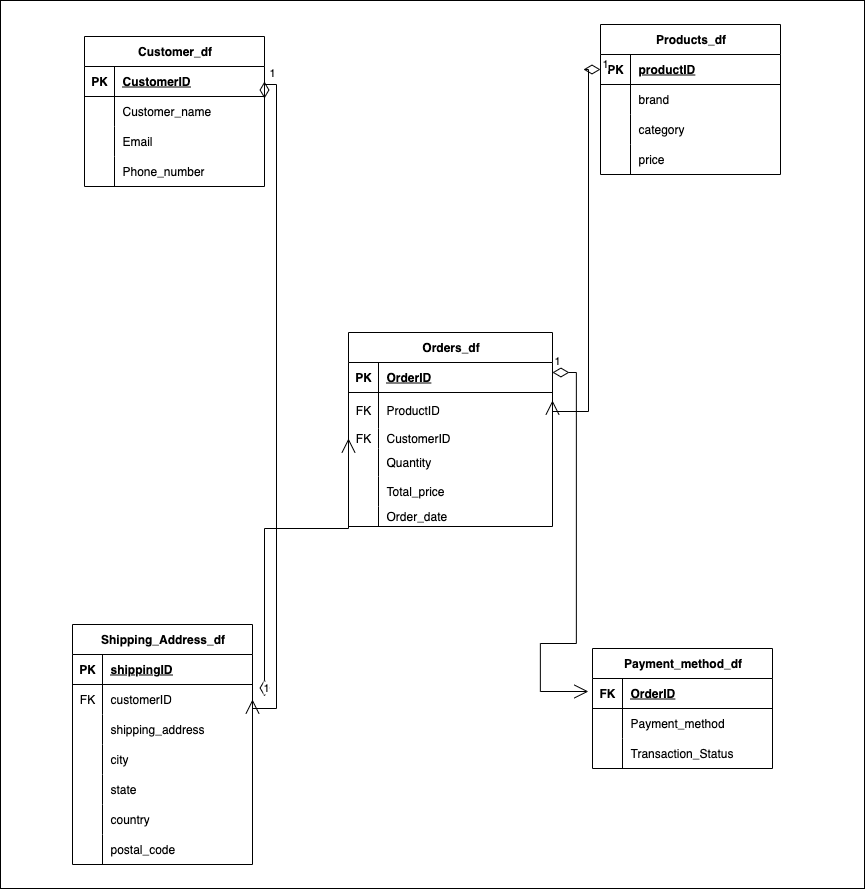
Earlier version of the draw.io export Yanki Data Model-Page-2.drawio.png (TaiwoBlacks/Yanki_Ecommerce_Case_study). Source tidied: cells renumbered, new cells last; positions are measured from the earlier drawing's top-left corner, leaving out a move shared by most shapes.
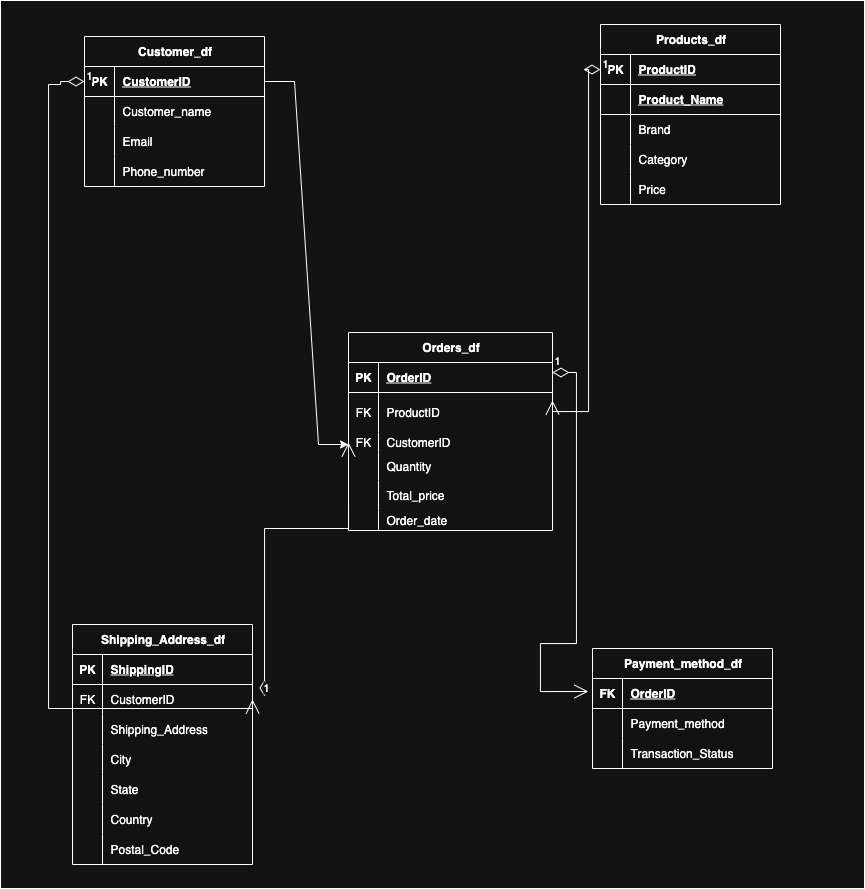
After the change.

The edit, as a diff of the source:
```diff
@@ -6,7 +6,7 @@
       <mxGeometry width="864" height="888" as="geometry" />
     </mxCell>
     <mxCell id="3" value="Products_df" style="shape=table;startSize=30;rowLines=0;fontStyle=1;align=center;html=1;" parent="1" vertex="1">
-      <mxGeometry x="600" y="24" width="180" height="150" as="geometry" />
+      <mxGeometry x="600" y="24" width="180" height="180" as="geometry" />
     </mxCell>
     <mxCell id="4" style="shape=tableRow;horizontal=0;startSize=0;swimlaneHead=0;swimlaneBody=0;fillColor=none;points=[[0,0.5],[1,0.5]];portConstraint=eastwest;top=0;left=0;right=0;bottom=1;" parent="3" vertex="1">
       <mxGeometry y="30" width="180" height="30" as="geometry" />
@@ -14,34 +14,43 @@
     <mxCell id="5" value="PK" style="shape=partialRectangle;fillColor=none;top=0;left=0;bottom=0;right=0;fontStyle=1;overflow=hidden;whiteSpace=wrap;html=1;" parent="4" vertex="1">
       <mxGeometry width="30" height="30" as="geometry" />
     </mxCell>
-    <mxCell id="6" value="productID" style="shape=partialRectangle;fillColor=none;top=0;left=0;bottom=0;right=0;align=left;spacingLeft=6;fontStyle=5;overflow=hidden;whiteSpace=wrap;html=1;" parent="4" vertex="1">
+    <mxCell id="6" value="ProductID" style="shape=partialRectangle;fillColor=none;top=0;left=0;bottom=0;right=0;align=left;spacingLeft=6;fontStyle=5;overflow=hidden;whiteSpace=wrap;html=1;" parent="4" vertex="1">
       <mxGeometry x="30" width="150" height="30" as="geometry" />
     </mxCell>
+    <mxCell id="84" style="shape=tableRow;horizontal=0;startSize=0;swimlaneHead=0;swimlaneBody=0;fillColor=none;top=0;left=0;right=0;bottom=1;" parent="3" vertex="1">
+      <mxGeometry y="60" width="180" height="30" as="geometry" />
+    </mxCell>
+    <mxCell id="85" style="shape=partialRectangle;fillColor=none;top=0;left=0;bottom=0;right=0;fontStyle=1;overflow=hidden;whiteSpace=wrap;html=1;" parent="84" vertex="1">
+      <mxGeometry width="30" height="30" as="geometry" />
+    </mxCell>
+    <mxCell id="86" value="Product_Name" style="shape=partialRectangle;fillColor=none;top=0;left=0;bottom=0;right=0;align=left;spacingLeft=6;fontStyle=5;overflow=hidden;whiteSpace=wrap;html=1;" parent="84" vertex="1">
+      <mxGeometry x="30" width="150" height="30" as="geometry" />
+    </mxCell>
     <mxCell id="7" style="shape=tableRow;horizontal=0;startSize=0;swimlaneHead=0;swimlaneBody=0;fillColor=none;top=0;left=0;right=0;bottom=0;" parent="3" vertex="1">
-      <mxGeometry y="60" width="180" height="30" as="geometry" />
+      <mxGeometry y="90" width="180" height="30" as="geometry" />
     </mxCell>
     <mxCell id="8" style="shape=partialRectangle;fillColor=none;top=0;left=0;bottom=0;right=0;overflow=hidden;whiteSpace=wrap;html=1;" parent="7" vertex="1">
       <mxGeometry width="30" height="30" as="geometry" />
     </mxCell>
-    <mxCell id="9" value="brand" style="shape=partialRectangle;fillColor=none;top=0;left=0;bottom=0;right=0;align=left;spacingLeft=6;overflow=hidden;whiteSpace=wrap;html=1;" parent="7" vertex="1">
+    <mxCell id="9" value="Brand" style="shape=partialRectangle;fillColor=none;top=0;left=0;bottom=0;right=0;align=left;spacingLeft=6;overflow=hidden;whiteSpace=wrap;html=1;" parent="7" vertex="1">
       <mxGeometry x="30" width="150" height="30" as="geometry" />
     </mxCell>
     <mxCell id="10" style="shape=tableRow;horizontal=0;startSize=0;swimlaneHead=0;swimlaneBody=0;fillColor=none;top=0;left=0;right=0;bottom=0;" parent="3" vertex="1">
-      <mxGeometry y="90" width="180" height="30" as="geometry" />
+      <mxGeometry y="120" width="180" height="30" as="geometry" />
     </mxCell>
     <mxCell id="11" style="shape=partialRectangle;fillColor=none;top=0;left=0;bottom=0;right=0;overflow=hidden;whiteSpace=wrap;html=1;" parent="10" vertex="1">
       <mxGeometry width="30" height="30" as="geometry" />
     </mxCell>
-    <mxCell id="12" value="category" style="shape=partialRectangle;fillColor=none;top=0;left=0;bottom=0;right=0;align=left;spacingLeft=6;overflow=hidden;whiteSpace=wrap;html=1;" parent="10" vertex="1">
+    <mxCell id="12" value="Category" style="shape=partialRectangle;fillColor=none;top=0;left=0;bottom=0;right=0;align=left;spacingLeft=6;overflow=hidden;whiteSpace=wrap;html=1;" parent="10" vertex="1">
       <mxGeometry x="30" width="150" height="30" as="geometry" />
     </mxCell>
     <mxCell id="13" style="shape=tableRow;horizontal=0;startSize=0;swimlaneHead=0;swimlaneBody=0;fillColor=none;top=0;left=0;right=0;bottom=0;" parent="3" vertex="1">
-      <mxGeometry y="120" width="180" height="30" as="geometry" />
+      <mxGeometry y="150" width="180" height="30" as="geometry" />
     </mxCell>
     <mxCell id="14" style="shape=partialRectangle;fillColor=none;top=0;left=0;bottom=0;right=0;overflow=hidden;whiteSpace=wrap;html=1;" parent="13" vertex="1">
       <mxGeometry width="30" height="30" as="geometry" />
     </mxCell>
-    <mxCell id="15" value="price" style="shape=partialRectangle;fillColor=none;top=0;left=0;bottom=0;right=0;align=left;spacingLeft=6;overflow=hidden;whiteSpace=wrap;html=1;" parent="13" vertex="1">
+    <mxCell id="15" value="Price" style="shape=partialRectangle;fillColor=none;top=0;left=0;bottom=0;right=0;align=left;spacingLeft=6;overflow=hidden;whiteSpace=wrap;html=1;" parent="13" vertex="1">
       <mxGeometry x="30" width="150" height="30" as="geometry" />
     </mxCell>
     <mxCell id="16" value="Customer_df" style="shape=table;startSize=30;rowLines=0;fontStyle=1;align=center;html=1;" parent="1" vertex="1">
@@ -92,7 +101,7 @@
     <mxCell id="31" value="PK" style="shape=partialRectangle;fillColor=none;top=0;left=0;bottom=0;right=0;fontStyle=1;overflow=hidden;whiteSpace=wrap;html=1;" parent="30" vertex="1">
       <mxGeometry width="30" height="30" as="geometry" />
     </mxCell>
-    <mxCell id="32" value="shippingID" style="shape=partialRectangle;fillColor=none;top=0;left=0;bottom=0;right=0;align=left;spacingLeft=6;fontStyle=5;overflow=hidden;whiteSpace=wrap;html=1;" parent="30" vertex="1">
+    <mxCell id="32" value="ShippingID" style="shape=partialRectangle;fillColor=none;top=0;left=0;bottom=0;right=0;align=left;spacingLeft=6;fontStyle=5;overflow=hidden;whiteSpace=wrap;html=1;" parent="30" vertex="1">
       <mxGeometry x="30" width="150" height="30" as="geometry" />
     </mxCell>
     <mxCell id="33" style="shape=tableRow;horizontal=0;startSize=0;swimlaneHead=0;swimlaneBody=0;fillColor=none;points=[[0,0.5],[1,0.5]];portConstraint=eastwest;top=0;left=0;right=0;bottom=0;" parent="29" vertex="1">
@@ -101,7 +110,7 @@
     <mxCell id="34" value="FK" style="shape=partialRectangle;fillColor=none;top=0;left=0;bottom=0;right=0;overflow=hidden;whiteSpace=wrap;html=1;" parent="33" vertex="1">
       <mxGeometry width="30" height="30" as="geometry" />
     </mxCell>
-    <mxCell id="35" value="customerID" style="shape=partialRectangle;fillColor=none;top=0;left=0;bottom=0;right=0;align=left;spacingLeft=6;overflow=hidden;whiteSpace=wrap;html=1;" parent="33" vertex="1">
+    <mxCell id="35" value="CustomerID" style="shape=partialRectangle;fillColor=none;top=0;left=0;bottom=0;right=0;align=left;spacingLeft=6;overflow=hidden;whiteSpace=wrap;html=1;" parent="33" vertex="1">
       <mxGeometry x="30" width="150" height="30" as="geometry" />
     </mxCell>
     <mxCell id="36" style="shape=tableRow;horizontal=0;startSize=0;swimlaneHead=0;swimlaneBody=0;fillColor=none;top=0;left=0;right=0;bottom=0;" parent="29" vertex="1">
@@ -110,7 +119,7 @@
     <mxCell id="37" style="shape=partialRectangle;fillColor=none;top=0;left=0;bottom=0;right=0;overflow=hidden;whiteSpace=wrap;html=1;" parent="36" vertex="1">
       <mxGeometry width="30" height="30" as="geometry" />
     </mxCell>
-    <mxCell id="38" value="shipping_address" style="shape=partialRectangle;fillColor=none;top=0;left=0;bottom=0;right=0;align=left;spacingLeft=6;overflow=hidden;whiteSpace=wrap;html=1;" parent="36" vertex="1">
+    <mxCell id="38" value="Shipping_Address" style="shape=partialRectangle;fillColor=none;top=0;left=0;bottom=0;right=0;align=left;spacingLeft=6;overflow=hidden;whiteSpace=wrap;html=1;" parent="36" vertex="1">
       <mxGeometry x="30" width="150" height="30" as="geometry" />
     </mxCell>
     <mxCell id="39" style="shape=tableRow;horizontal=0;startSize=0;swimlaneHead=0;swimlaneBody=0;fillColor=none;top=0;left=0;right=0;bottom=0;" parent="29" vertex="1">
@@ -119,7 +128,7 @@
     <mxCell id="40" style="shape=partialRectangle;fillColor=none;top=0;left=0;bottom=0;right=0;overflow=hidden;whiteSpace=wrap;html=1;" parent="39" vertex="1">
       <mxGeometry width="30" height="30" as="geometry" />
     </mxCell>
-    <mxCell id="41" value="city" style="shape=partialRectangle;fillColor=none;top=0;left=0;bottom=0;right=0;align=left;spacingLeft=6;overflow=hidden;whiteSpace=wrap;html=1;" parent="39" vertex="1">
+    <mxCell id="41" value="City" style="shape=partialRectangle;fillColor=none;top=0;left=0;bottom=0;right=0;align=left;spacingLeft=6;overflow=hidden;whiteSpace=wrap;html=1;" parent="39" vertex="1">
       <mxGeometry x="30" width="150" height="30" as="geometry" />
     </mxCell>
     <mxCell id="42" style="shape=tableRow;horizontal=0;startSize=0;swimlaneHead=0;swimlaneBody=0;fillColor=none;top=0;left=0;right=0;bottom=0;" parent="29" vertex="1">
@@ -128,7 +137,7 @@
     <mxCell id="43" style="shape=partialRectangle;fillColor=none;top=0;left=0;bottom=0;right=0;overflow=hidden;whiteSpace=wrap;html=1;" parent="42" vertex="1">
       <mxGeometry width="30" height="30" as="geometry" />
     </mxCell>
-    <mxCell id="44" value="state" style="shape=partialRectangle;fillColor=none;top=0;left=0;bottom=0;right=0;align=left;spacingLeft=6;overflow=hidden;whiteSpace=wrap;html=1;" parent="42" vertex="1">
+    <mxCell id="44" value="State" style="shape=partialRectangle;fillColor=none;top=0;left=0;bottom=0;right=0;align=left;spacingLeft=6;overflow=hidden;whiteSpace=wrap;html=1;" parent="42" vertex="1">
       <mxGeometry x="30" width="150" height="30" as="geometry" />
     </mxCell>
     <mxCell id="45" style="shape=tableRow;horizontal=0;startSize=0;swimlaneHead=0;swimlaneBody=0;fillColor=none;top=0;left=0;right=0;bottom=0;" parent="29" vertex="1">
@@ -137,7 +146,7 @@
     <mxCell id="46" style="shape=partialRectangle;fillColor=none;top=0;left=0;bottom=0;right=0;overflow=hidden;whiteSpace=wrap;html=1;" parent="45" vertex="1">
       <mxGeometry width="30" height="30" as="geometry" />
     </mxCell>
-    <mxCell id="47" value="country" style="shape=partialRectangle;fillColor=none;top=0;left=0;bottom=0;right=0;align=left;spacingLeft=6;overflow=hidden;whiteSpace=wrap;html=1;" parent="45" vertex="1">
+    <mxCell id="47" value="Country" style="shape=partialRectangle;fillColor=none;top=0;left=0;bottom=0;right=0;align=left;spacingLeft=6;overflow=hidden;whiteSpace=wrap;html=1;" parent="45" vertex="1">
       <mxGeometry x="30" width="150" height="30" as="geometry" />
     </mxCell>
     <mxCell id="48" style="shape=tableRow;horizontal=0;startSize=0;swimlaneHead=0;swimlaneBody=0;fillColor=none;top=0;left=0;right=0;bottom=0;" parent="29" vertex="1">
@@ -146,7 +155,7 @@
     <mxCell id="49" style="shape=partialRectangle;fillColor=none;top=0;left=0;bottom=0;right=0;overflow=hidden;whiteSpace=wrap;html=1;" parent="48" vertex="1">
       <mxGeometry width="30" height="30" as="geometry" />
     </mxCell>
-    <mxCell id="50" value="postal_code" style="shape=partialRectangle;fillColor=none;top=0;left=0;bottom=0;right=0;align=left;spacingLeft=6;overflow=hidden;whiteSpace=wrap;html=1;" parent="48" vertex="1">
+    <mxCell id="50" value="Postal_Code" style="shape=partialRectangle;fillColor=none;top=0;left=0;bottom=0;right=0;align=left;spacingLeft=6;overflow=hidden;whiteSpace=wrap;html=1;" parent="48" vertex="1">
       <mxGeometry x="30" width="150" height="30" as="geometry" />
     </mxCell>
     <mxCell id="51" value="Payment_method_df" style="shape=table;startSize=30;rowLines=0;fontStyle=1;align=center;html=1;" parent="1" vertex="1">
@@ -180,7 +189,7 @@
       <mxGeometry x="30" width="150" height="30" as="geometry" />
     </mxCell>
     <mxCell id="61" value="Orders_df" style="shape=table;startSize=30;rowLines=0;fontStyle=1;align=center;html=1;" parent="1" vertex="1">
-      <mxGeometry x="348" y="332" width="204" height="194" as="geometry" />
+      <mxGeometry x="348" y="332" width="204" height="198" as="geometry" />
     </mxCell>
     <mxCell id="62" style="shape=tableRow;horizontal=0;startSize=0;swimlaneHead=0;swimlaneBody=0;fillColor=none;top=0;left=0;right=0;bottom=1;" parent="61" vertex="1">
       <mxGeometry y="30" width="204" height="30" as="geometry" />
@@ -192,16 +201,16 @@
       <mxGeometry x="30" width="174" height="30" as="geometry" />
     </mxCell>
     <mxCell id="65" style="shape=tableRow;horizontal=0;startSize=0;swimlaneHead=0;swimlaneBody=0;fillColor=none;top=0;left=0;right=0;bottom=0;" parent="61" vertex="1">
-      <mxGeometry y="60" width="204" height="36" as="geometry" />
+      <mxGeometry y="60" width="204" height="40" as="geometry" />
     </mxCell>
     <mxCell id="66" value="FK" style="shape=partialRectangle;fillColor=none;top=0;left=0;bottom=0;right=0;overflow=hidden;whiteSpace=wrap;html=1;" parent="65" vertex="1">
-      <mxGeometry width="30" height="36" as="geometry" />
+      <mxGeometry width="30" height="40" as="geometry" />
     </mxCell>
     <mxCell id="67" value="ProductID" style="shape=partialRectangle;fillColor=none;top=0;left=0;bottom=0;right=0;align=left;spacingLeft=6;overflow=hidden;whiteSpace=wrap;html=1;" parent="65" vertex="1">
-      <mxGeometry x="30" width="174" height="36" as="geometry" />
+      <mxGeometry x="30" width="174" height="40" as="geometry" />
     </mxCell>
     <mxCell id="68" style="shape=tableRow;horizontal=0;startSize=0;swimlaneHead=0;swimlaneBody=0;fillColor=none;points=[[0,0.5],[1,0.5]];portConstraint=eastwest;top=0;left=0;right=0;bottom=0;" parent="61" vertex="1">
-      <mxGeometry y="96" width="204" height="20" as="geometry" />
+      <mxGeometry y="100" width="204" height="20" as="geometry" />
     </mxCell>
     <mxCell id="69" value="FK" style="shape=partialRectangle;fillColor=none;top=0;left=0;bottom=0;right=0;overflow=hidden;whiteSpace=wrap;html=1;" parent="68" vertex="1">
       <mxGeometry width="30" height="20" as="geometry" />
@@ -210,7 +219,7 @@
       <mxGeometry x="30" width="174" height="20" as="geometry" />
     </mxCell>
     <mxCell id="71" style="shape=tableRow;horizontal=0;startSize=0;swimlaneHead=0;swimlaneBody=0;fillColor=none;top=0;left=0;right=0;bottom=0;" parent="61" vertex="1">
-      <mxGeometry y="116" width="204" height="28" as="geometry" />
+      <mxGeometry y="120" width="204" height="28" as="geometry" />
     </mxCell>
     <mxCell id="72" style="shape=partialRectangle;fillColor=none;top=0;left=0;bottom=0;right=0;overflow=hidden;whiteSpace=wrap;html=1;" parent="71" vertex="1">
       <mxGeometry width="30" height="28" as="geometry" />
@@ -219,7 +228,7 @@
       <mxGeometry x="30" width="174" height="28" as="geometry" />
     </mxCell>
     <mxCell id="74" style="shape=tableRow;horizontal=0;startSize=0;swimlaneHead=0;swimlaneBody=0;fillColor=none;top=0;left=0;right=0;bottom=0;" parent="61" vertex="1">
-      <mxGeometry y="144" width="204" height="30" as="geometry" />
+      <mxGeometry y="148" width="204" height="30" as="geometry" />
     </mxCell>
     <mxCell id="75" style="shape=partialRectangle;fillColor=none;top=0;left=0;bottom=0;right=0;overflow=hidden;whiteSpace=wrap;html=1;" parent="74" vertex="1">
       <mxGeometry width="30" height="30" as="geometry" />
@@ -228,7 +237,7 @@
       <mxGeometry x="30" width="174" height="30" as="geometry" />
     </mxCell>
     <mxCell id="77" style="shape=tableRow;horizontal=0;startSize=0;swimlaneHead=0;swimlaneBody=0;fillColor=none;top=0;left=0;right=0;bottom=0;" parent="61" vertex="1">
-      <mxGeometry y="174" width="204" height="20" as="geometry" />
+      <mxGeometry y="178" width="204" height="20" as="geometry" />
     </mxCell>
     <mxCell id="78" style="shape=partialRectangle;fillColor=none;top=0;left=0;bottom=0;right=0;overflow=hidden;whiteSpace=wrap;html=1;" parent="77" vertex="1">
       <mxGeometry width="30" height="20" as="geometry" />
@@ -258,12 +267,14 @@
         </Array>
       </mxGeometry>
     </mxCell>
-    <mxCell id="82" value="1" style="endArrow=open;html=1;endSize=12;startArrow=diamondThin;startSize=14;startFill=0;edgeStyle=orthogonalEdgeStyle;align=left;verticalAlign=bottom;rounded=0;exitX=1;exitY=0.5;exitDx=0;exitDy=0;entryX=1;entryY=0.5;entryDx=0;entryDy=0;" parent="1" edge="1" source="17" target="33">
+    <mxCell id="82" value="1" style="endArrow=open;html=1;endSize=12;startArrow=diamondThin;startSize=14;startFill=0;edgeStyle=orthogonalEdgeStyle;align=left;verticalAlign=bottom;rounded=0;entryX=1;entryY=0.5;entryDx=0;entryDy=0;" parent="1" edge="1" target="33">
       <mxGeometry x="-1" y="3" relative="1" as="geometry">
+        <mxPoint x="84" y="81" as="sourcePoint" />
         <Array as="points">
-          <mxPoint x="264" y="84" />
-          <mxPoint x="276" y="84" />
-          <mxPoint x="276" y="708" />
+          <mxPoint x="60" y="81" />
+          <mxPoint x="60" y="84" />
+          <mxPoint x="48" y="84" />
+          <mxPoint x="48" y="708" />
           <mxPoint x="252" y="708" />
         </Array>
       </mxGeometry>
@@ -277,5 +288,10 @@
         </Array>
       </mxGeometry>
     </mxCell>
+    <mxCell id="87" style="edgeStyle=entityRelationEdgeStyle;rounded=0;jettySize=auto;html=1;exitX=1;exitY=0.5;exitDx=0;exitDy=0;" parent="1" edge="1" source="17">
+      <mxGeometry relative="1" as="geometry">
+        <mxPoint x="348" y="444" as="targetPoint" />
+      </mxGeometry>
+    </mxCell>
   </root>
 </mxGraphModel>
```
